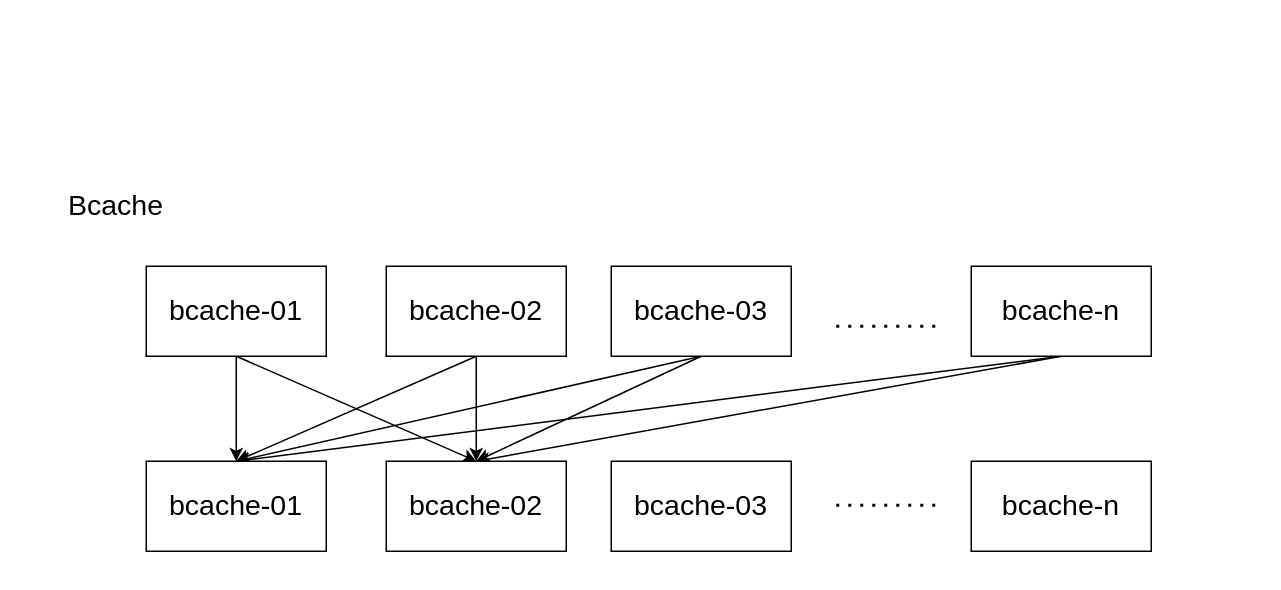
The draw.io diagram learning/c++/Untitled Diagram.drawio in 448744340/learning, before the edit. Source tidied: cells renumbered, new cells numbered last; positions are measured from the earlier drawing's top-left corner, leaving out a move shared by most shapes. Both pictures are drawn from the tidied source at 150%, with x=0, y=0 at pixel (26, 160).
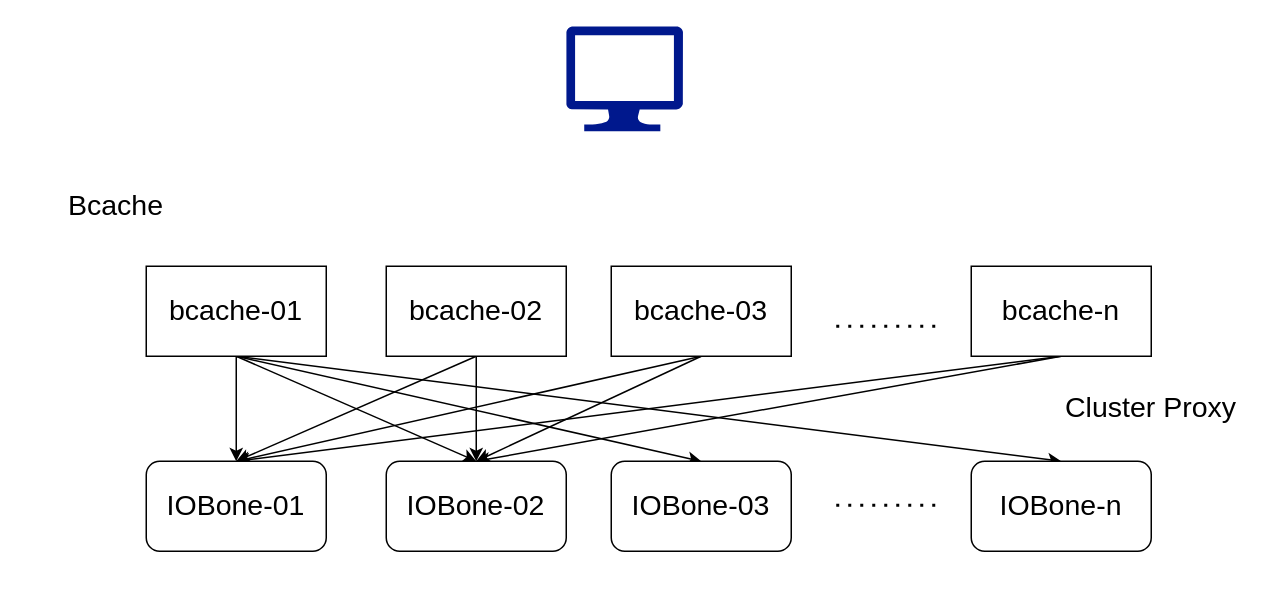
The same page after the edit.

The change refers to these unchanged cells:
```xml
<mxCell id="4" value="&lt;font style=&quot;font-size: 19px&quot;&gt;bcache-01&lt;/font&gt;" style="rounded=0;whiteSpace=wrap;html=1;" parent="1" vertex="1">
  <mxGeometry x="80" y="70" width="120" height="60" as="geometry" />
</mxCell>
<mxCell id="7" value="&lt;font style=&quot;font-size: 19px&quot;&gt;bcache-02&lt;/font&gt;" style="rounded=0;whiteSpace=wrap;html=1;" parent="1" vertex="1">
  <mxGeometry x="240" y="70" width="120" height="60" as="geometry" />
</mxCell>
<mxCell id="10" value="&lt;font style=&quot;font-size: 19px&quot;&gt;bcache-03&lt;/font&gt;" style="rounded=0;whiteSpace=wrap;html=1;" parent="1" vertex="1">
  <mxGeometry x="390" y="70" width="120" height="60" as="geometry" />
</mxCell>
<mxCell id="13" value="&lt;font style=&quot;font-size: 19px&quot;&gt;bcache-n&lt;/font&gt;" style="rounded=0;whiteSpace=wrap;html=1;" parent="1" vertex="1">
  <mxGeometry x="630" y="70" width="120" height="60" as="geometry" />
</mxCell>
```

Diff of the diagram source:
```diff
@@
-    <mxCell id="2" style="rounded=0;jettySize=auto;html=1;exitX=0.5;exitY=1;exitDx=0;exitDy=0;entryX=0.5;entryY=0;entryDx=0;entryDy=0;" parent="1" edge="1" source="4" target="17">
-      <mxGeometry relative="1" as="geometry" />
+    <mxCell id="2" style="rounded=0;jettySize=auto;html=1;exitX=0.5;exitY=1;exitDx=0;exitDy=0;entryX=0.5;entryY=0;entryDx=0;entryDy=0;" parent="1" edge="1" source="4">
+      <mxGeometry relative="1" as="geometry">
+        <mxPoint x="300" y="200" as="targetPoint" />
+      </mxGeometry>
     </mxCell>
-    <mxCell id="3" style="edgeStyle=none;rounded=0;jettySize=auto;html=1;exitX=0.5;exitY=1;exitDx=0;exitDy=0;entryX=0.5;entryY=0;entryDx=0;entryDy=0;" parent="1" edge="1" source="4" target="16">
-      <mxGeometry relative="1" as="geometry" />
+    <mxCell id="3" style="edgeStyle=none;rounded=0;jettySize=auto;html=1;exitX=0.5;exitY=1;exitDx=0;exitDy=0;entryX=0.5;entryY=0;entryDx=0;entryDy=0;" parent="1" edge="1" source="4">
+      <mxGeometry relative="1" as="geometry">
+        <mxPoint x="140" y="200" as="targetPoint" />
+      </mxGeometry>
     </mxCell>
+    <mxCell id="21" style="edgeStyle=none;rounded=0;jettySize=auto;html=1;exitX=0.5;exitY=1;exitDx=0;exitDy=0;entryX=0.5;entryY=0;entryDx=0;entryDy=0;" parent="1" edge="1" source="4">
+      <mxGeometry relative="1" as="geometry">
+        <mxPoint x="450" y="200" as="targetPoint" />
+      </mxGeometry>
+    </mxCell>
+    <mxCell id="22" style="edgeStyle=none;rounded=0;jettySize=auto;html=1;exitX=0.5;exitY=1;exitDx=0;exitDy=0;entryX=0.5;entryY=0;entryDx=0;entryDy=0;" parent="1" edge="1" source="4">
+      <mxGeometry relative="1" as="geometry">
+        <mxPoint x="690" y="200" as="targetPoint" />
+      </mxGeometry>
+    </mxCell>
@@
-    <mxCell id="5" style="edgeStyle=none;rounded=0;jettySize=auto;html=1;exitX=0.5;exitY=1;exitDx=0;exitDy=0;entryX=0.5;entryY=0;entryDx=0;entryDy=0;" parent="1" edge="1" source="7" target="17">
-      <mxGeometry relative="1" as="geometry" />
+    <mxCell id="5" style="edgeStyle=none;rounded=0;jettySize=auto;html=1;exitX=0.5;exitY=1;exitDx=0;exitDy=0;entryX=0.5;entryY=0;entryDx=0;entryDy=0;" parent="1" edge="1" source="7">
+      <mxGeometry relative="1" as="geometry">
+        <mxPoint x="300" y="200" as="targetPoint" />
+      </mxGeometry>
     </mxCell>
@@
-    <mxCell id="8" style="edgeStyle=none;rounded=0;jettySize=auto;html=1;exitX=0.5;exitY=1;exitDx=0;exitDy=0;entryX=0.5;entryY=0;entryDx=0;entryDy=0;" parent="1" edge="1" source="10" target="17">
-      <mxGeometry relative="1" as="geometry" />
+    <mxCell id="8" style="edgeStyle=none;rounded=0;jettySize=auto;html=1;exitX=0.5;exitY=1;exitDx=0;exitDy=0;entryX=0.5;entryY=0;entryDx=0;entryDy=0;" parent="1" edge="1" source="10">
+      <mxGeometry relative="1" as="geometry">
+        <mxPoint x="300" y="200" as="targetPoint" />
+      </mxGeometry>
     </mxCell>
-    <mxCell id="9" style="edgeStyle=none;rounded=0;jettySize=auto;html=1;exitX=0.5;exitY=1;exitDx=0;exitDy=0;entryX=0.5;entryY=0;entryDx=0;entryDy=0;" parent="1" edge="1" source="10" target="16">
-      <mxGeometry relative="1" as="geometry" />
+    <mxCell id="9" style="edgeStyle=none;rounded=0;jettySize=auto;html=1;exitX=0.5;exitY=1;exitDx=0;exitDy=0;entryX=0.5;entryY=0;entryDx=0;entryDy=0;" parent="1" edge="1" source="10">
+      <mxGeometry relative="1" as="geometry">
+        <mxPoint x="140" y="200" as="targetPoint" />
+      </mxGeometry>
     </mxCell>
@@
-    <mxCell id="11" style="edgeStyle=none;rounded=0;jettySize=auto;html=1;exitX=0.5;exitY=1;exitDx=0;exitDy=0;entryX=0.5;entryY=0;entryDx=0;entryDy=0;" parent="1" edge="1" source="13" target="17">
-      <mxGeometry relative="1" as="geometry" />
+    <mxCell id="11" style="edgeStyle=none;rounded=0;jettySize=auto;html=1;exitX=0.5;exitY=1;exitDx=0;exitDy=0;entryX=0.5;entryY=0;entryDx=0;entryDy=0;" parent="1" edge="1" source="13">
+      <mxGeometry relative="1" as="geometry">
+        <mxPoint x="300" y="200" as="targetPoint" />
+      </mxGeometry>
     </mxCell>
-    <mxCell id="12" style="edgeStyle=none;rounded=0;jettySize=auto;html=1;exitX=0.5;exitY=1;exitDx=0;exitDy=0;entryX=0.5;entryY=0;entryDx=0;entryDy=0;" parent="1" edge="1" source="13" target="16">
-      <mxGeometry relative="1" as="geometry" />
+    <mxCell id="12" style="edgeStyle=none;rounded=0;jettySize=auto;html=1;exitX=0.5;exitY=1;exitDx=0;exitDy=0;entryX=0.5;entryY=0;entryDx=0;entryDy=0;" parent="1" edge="1" source="13">
+      <mxGeometry relative="1" as="geometry">
+        <mxPoint x="140" y="200" as="targetPoint" />
+      </mxGeometry>
     </mxCell>
@@
-    <mxCell id="16" value="&lt;font style=&quot;font-size: 19px&quot;&gt;bcache-01&lt;/font&gt;" style="rounded=0;whiteSpace=wrap;html=1;" parent="1" vertex="1">
-      <mxGeometry x="80" y="200" width="120" height="60" as="geometry" />
-    </mxCell>
-    <mxCell id="17" value="&lt;font style=&quot;font-size: 19px&quot;&gt;bcache-02&lt;/font&gt;" style="rounded=0;whiteSpace=wrap;html=1;" parent="1" vertex="1">
-      <mxGeometry x="240" y="200" width="120" height="60" as="geometry" />
-    </mxCell>
-    <mxCell id="18" value="&lt;font style=&quot;font-size: 19px&quot;&gt;bcache-03&lt;/font&gt;" style="rounded=0;whiteSpace=wrap;html=1;" parent="1" vertex="1">
-      <mxGeometry x="390" y="200" width="120" height="60" as="geometry" />
-    </mxCell>
-    <mxCell id="19" value="&lt;font style=&quot;font-size: 19px&quot;&gt;bcache-n&lt;/font&gt;" style="rounded=0;whiteSpace=wrap;html=1;" parent="1" vertex="1">
-      <mxGeometry x="630" y="200" width="120" height="60" as="geometry" />
-    </mxCell>
+    <mxCell id="23" style="edgeStyle=none;rounded=0;jettySize=auto;html=1;exitX=0.5;exitY=1;exitDx=0;exitDy=0;entryX=0.5;entryY=0;entryDx=0;entryDy=0;" parent="1" edge="1" target="28">
+      <mxGeometry relative="1" as="geometry">
+        <mxPoint x="140" y="260" as="sourcePoint" />
+      </mxGeometry>
+    </mxCell>
+    <mxCell id="24" style="edgeStyle=none;rounded=0;jettySize=auto;html=1;exitX=0.5;exitY=1;exitDx=0;exitDy=0;entryX=0.5;entryY=0;entryDx=0;entryDy=0;" parent="1" edge="1" target="29">
+      <mxGeometry relative="1" as="geometry">
+        <mxPoint x="300" y="260" as="sourcePoint" />
+      </mxGeometry>
+    </mxCell>
+    <mxCell id="25" style="edgeStyle=none;rounded=0;jettySize=auto;html=1;exitX=0.5;exitY=1;exitDx=0;exitDy=0;entryX=0.5;entryY=0;entryDx=0;entryDy=0;" parent="1" edge="1" target="30">
+      <mxGeometry relative="1" as="geometry">
+        <mxPoint x="450" y="260" as="sourcePoint" />
+      </mxGeometry>
+    </mxCell>
+    <mxCell id="26" style="edgeStyle=none;rounded=0;jettySize=auto;html=1;exitX=0.5;exitY=1;exitDx=0;exitDy=0;entryX=0.5;entryY=0;entryDx=0;entryDy=0;" parent="1" edge="1" target="31">
+      <mxGeometry relative="1" as="geometry">
+        <mxPoint x="690" y="260" as="sourcePoint" />
+      </mxGeometry>
+    </mxCell>
@@
+    <mxCell id="27" value="&lt;font style=&quot;font-size: 19px&quot;&gt;Cluster Proxy&lt;/font&gt;" style="text;html=1;strokeColor=none;fillColor=none;align=center;verticalAlign=middle;whiteSpace=wrap;rounded=0;" parent="1" vertex="1">
+      <mxGeometry x="680" y="150" width="140" height="30" as="geometry" />
+    </mxCell>
+    <mxCell id="28" value="&lt;font style=&quot;font-size: 19px&quot;&gt;IOBone-01&lt;/font&gt;" style="rounded=1;whiteSpace=wrap;html=1;" parent="1" vertex="1">
+      <mxGeometry x="80" y="200" width="120" height="60" as="geometry" />
+    </mxCell>
+    <mxCell id="29" value="&lt;font style=&quot;font-size: 19px&quot;&gt;IOBone-02&lt;/font&gt;" style="rounded=1;whiteSpace=wrap;html=1;" parent="1" vertex="1">
+      <mxGeometry x="240" y="200" width="120" height="60" as="geometry" />
+    </mxCell>
+    <mxCell id="30" value="&lt;font style=&quot;font-size: 19px&quot;&gt;IOBone-03&lt;/font&gt;" style="rounded=1;whiteSpace=wrap;html=1;" parent="1" vertex="1">
+      <mxGeometry x="390" y="200" width="120" height="60" as="geometry" />
+    </mxCell>
+    <mxCell id="31" value="&lt;font style=&quot;font-size: 19px&quot;&gt;IOBone-n&lt;/font&gt;" style="rounded=1;whiteSpace=wrap;html=1;" parent="1" vertex="1">
+      <mxGeometry x="630" y="200" width="120" height="60" as="geometry" />
+    </mxCell>
+    <mxCell id="32" style="shadow=0;dashed=0;html=1;strokeColor=none;labelPosition=center;verticalLabelPosition=bottom;verticalAlign=top;align=center;fillColor=#00188D;shape=mxgraph.azure.computer;" parent="1" vertex="1">
+      <mxGeometry x="360" y="-90" width="77.8" height="70" as="geometry" />
+    </mxCell>
```
